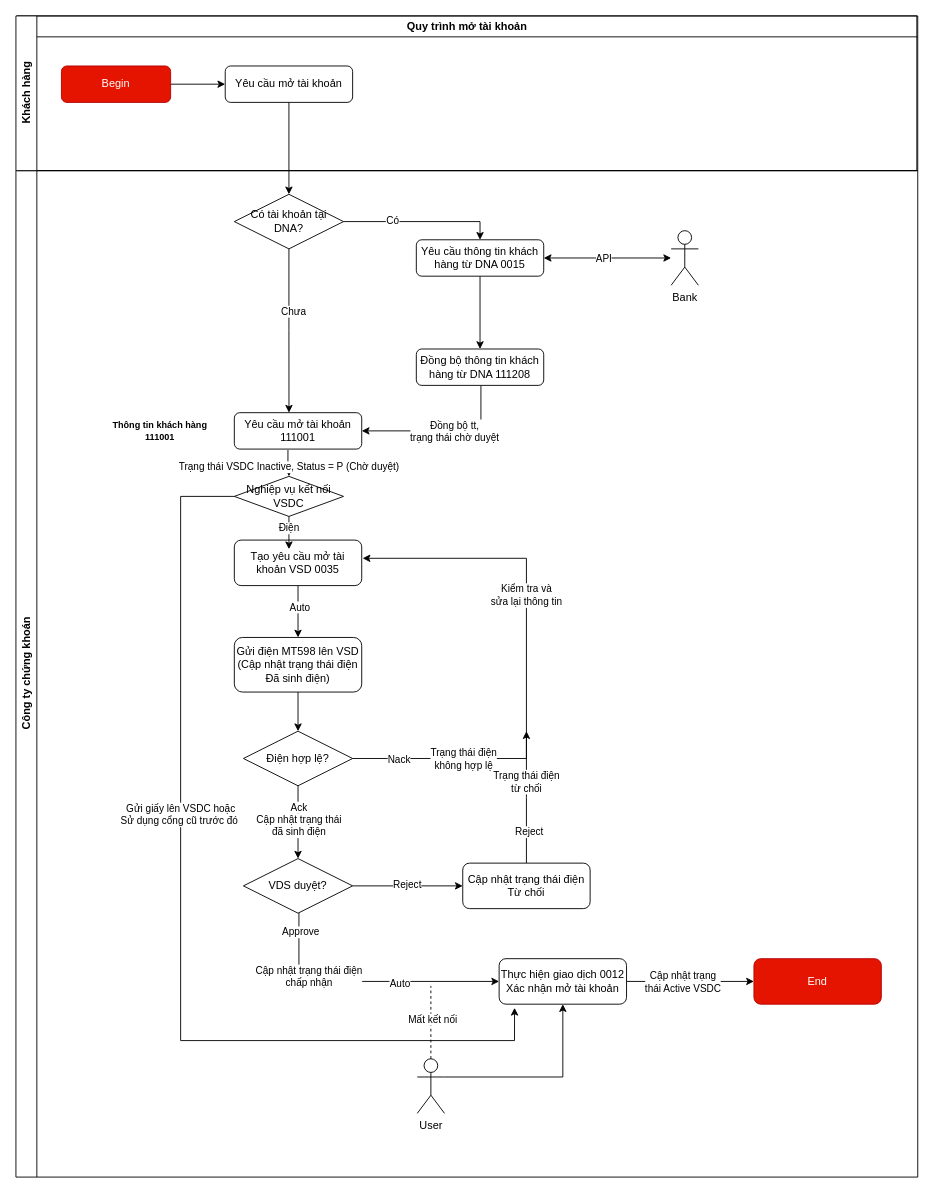
This is page "Quy trình mở tài khoản" (1 of 5) of resources/diagrams/Quản lý chứng khoán.drawio from luyenhaidangit/flex, a draw.io file, before an edit. Source tidied: cells renumbered, new cells numbered last; positions are measured from the earlier drawing's top-left corner, leaving out a move shared by most shapes. Both pictures are drawn from the tidied source at 91%, with x=0, y=0 at pixel (15, 15).
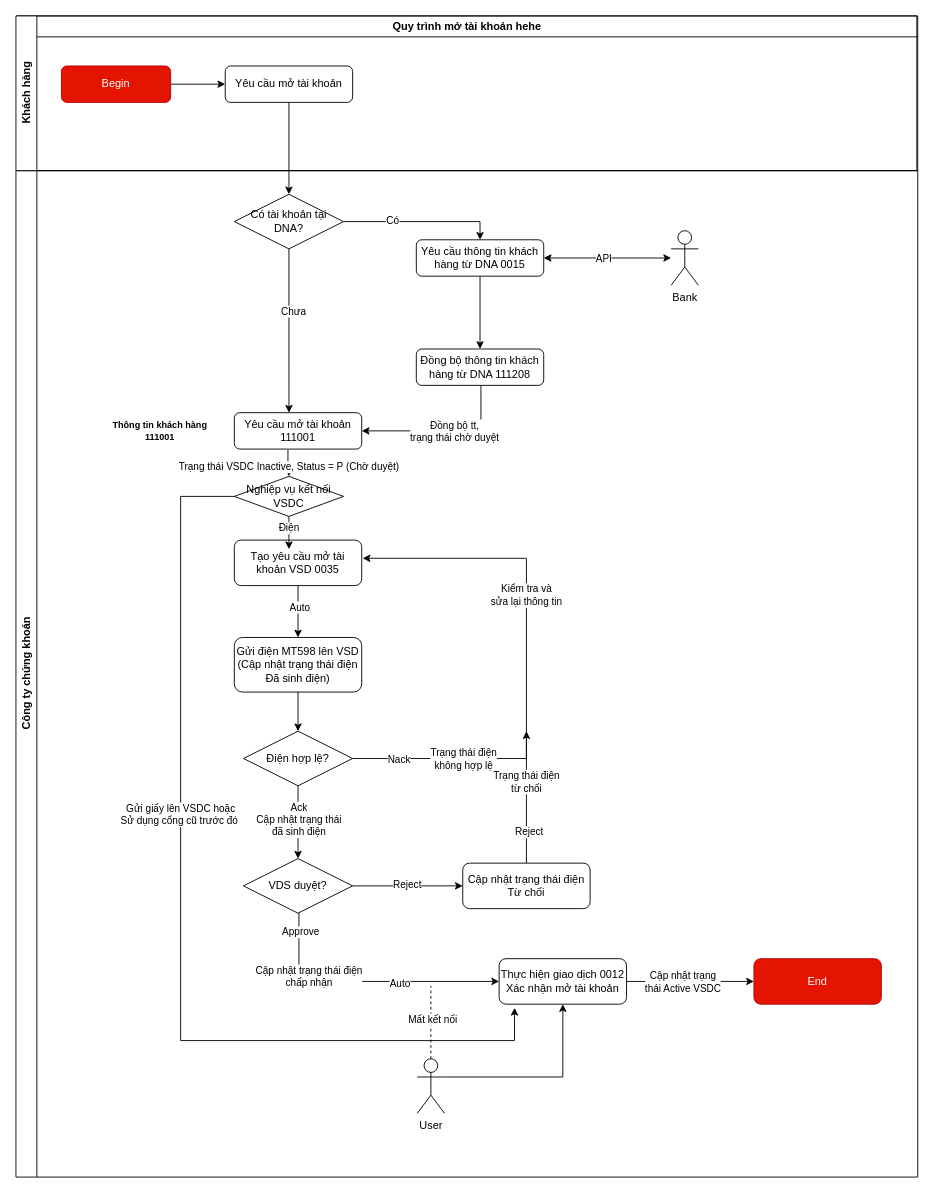
After the change.

Commit message (it also covers changes not shown here):
Cập nhật Quản lý chứng khoán.drawio

The edit, as a diff of the source:
```diff
@@
-    <mxCell id="55" value="Quy trình mở tài khoản" style="swimlane;whiteSpace=wrap;html=1;startSize=23;" parent="1" vertex="1">
+    <mxCell id="55" value="Quy trình mở tài khoản hehe" style="swimlane;whiteSpace=wrap;html=1;startSize=23;" parent="1" vertex="1">
       <mxGeometry x="1" width="990" height="170" as="geometry" />
     </mxCell>
```
